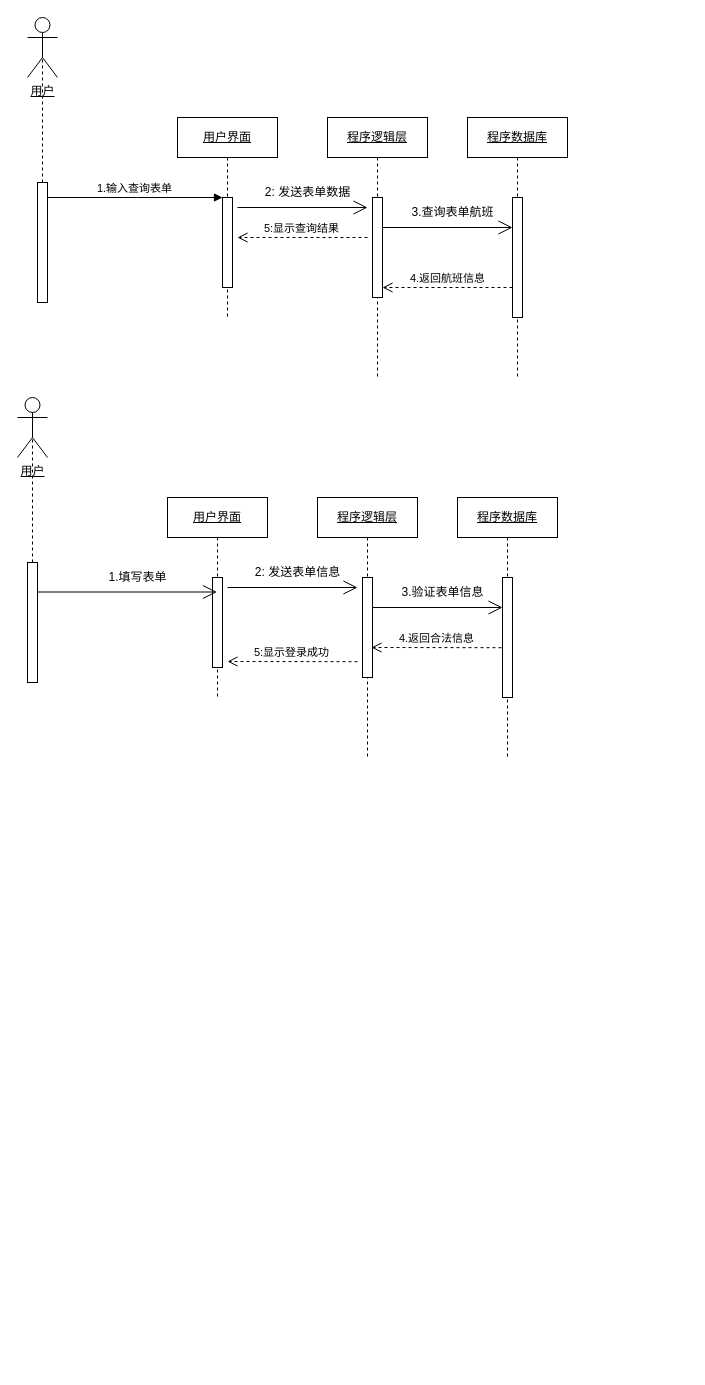
The draw.io diagram 协作图.drawio in liuyang0228/text, before the edit. Source tidied: cells renumbered, new cells numbered last; positions are measured from the earlier drawing's top-left corner, leaving out a move shared by most shapes. Both pictures are drawn from the tidied source at 100%, with x=0, y=0 at pixel (17, 17).
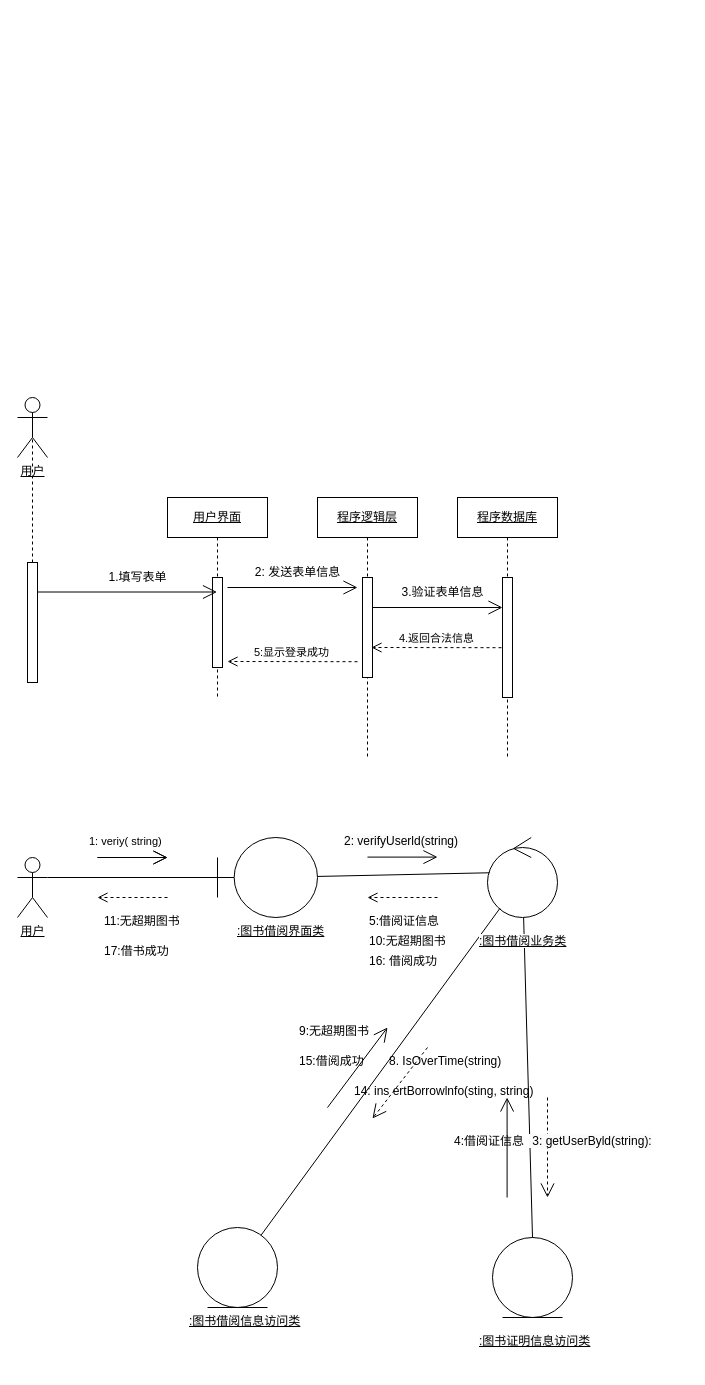
The same diagram, later.

Commit message (it also covers changes not shown here):
更新协作图.drawio

Change to the diagram source:
```diff
@@
-    <mxCell id="2" value="&lt;u&gt;用户界面&lt;/u&gt;" style="shape=umlLifeline;perimeter=lifelinePerimeter;whiteSpace=wrap;html=1;newEdgeStyle={&quot;edgeStyle&quot;:&quot;elbowEdgeStyle&quot;,&quot;elbow&quot;:&quot;vertical&quot;,&quot;curved&quot;:0,&quot;rounded&quot;:0};" parent="1" vertex="1">
-      <mxGeometry x="160" y="100" width="100" height="200" as="geometry" />
-    </mxCell>
-    <mxCell id="3" style="html=1;points=[];perimeter=orthogonalPerimeter;outlineConnect=0;targetShapes=umlLifeline;portConstraint=eastwest;newEdgeStyle={&quot;edgeStyle&quot;:&quot;elbowEdgeStyle&quot;,&quot;elbow&quot;:&quot;vertical&quot;,&quot;curved&quot;:0,&quot;rounded&quot;:0};" parent="2" vertex="1">
-      <mxGeometry x="45" y="80" width="10" height="90" as="geometry" />
-    </mxCell>
-    <mxCell id="4" value="1.输入查询表单" style="html=1;verticalAlign=bottom;endArrow=block;edgeStyle=elbowEdgeStyle;elbow=vertical;curved=0;rounded=0;" parent="1" edge="1" source="16" target="3">
-      <mxGeometry x="-0.01" relative="1" as="geometry">
-        <Array as="points">
-          <mxPoint x="120" y="180" />
-        </Array>
-      </mxGeometry>
-    </mxCell>
-    <mxCell id="5" value="&lt;u&gt;程序逻辑层&lt;/u&gt;" style="shape=umlLifeline;perimeter=lifelinePerimeter;whiteSpace=wrap;html=1;newEdgeStyle={&quot;edgeStyle&quot;:&quot;elbowEdgeStyle&quot;,&quot;elbow&quot;:&quot;vertical&quot;,&quot;curved&quot;:0,&quot;rounded&quot;:0};" parent="1" vertex="1">
-      <mxGeometry x="310" y="100" width="100" height="260" as="geometry" />
-    </mxCell>
-    <mxCell id="6" style="html=1;perimeter=orthogonalPerimeter;targetShapes=umlLifeline;newEdgeStyle={&quot;edgeStyle&quot;:&quot;elbowEdgeStyle&quot;,&quot;elbow&quot;:&quot;vertical&quot;,&quot;curved&quot;:0,&quot;rounded&quot;:0};" parent="5" vertex="1">
-      <mxGeometry x="45" y="80" width="10" height="100" as="geometry" />
-    </mxCell>
-    <mxCell id="7" value="&lt;u&gt;程序数据库&lt;/u&gt;" style="shape=umlLifeline;perimeter=lifelinePerimeter;whiteSpace=wrap;html=1;newEdgeStyle={&quot;edgeStyle&quot;:&quot;elbowEdgeStyle&quot;,&quot;elbow&quot;:&quot;vertical&quot;,&quot;curved&quot;:0,&quot;rounded&quot;:0};" parent="1" vertex="1">
-      <mxGeometry x="450" y="100" width="100" height="260" as="geometry" />
-    </mxCell>
-    <mxCell id="8" style="html=1;perimeter=orthogonalPerimeter;targetShapes=umlLifeline;newEdgeStyle={&quot;edgeStyle&quot;:&quot;elbowEdgeStyle&quot;,&quot;elbow&quot;:&quot;vertical&quot;,&quot;curved&quot;:0,&quot;rounded&quot;:0};" parent="7" vertex="1">
-      <mxGeometry x="45" y="80" width="10" height="120" as="geometry" />
-    </mxCell>
-    <mxCell id="9" style="endArrow=open;endFill=1;endSize=12;html=1;rounded=0;" parent="1" edge="1">
-      <mxGeometry relative="1" as="geometry">
-        <mxPoint x="220" y="190" as="sourcePoint" />
-        <mxPoint x="350" y="190" as="targetPoint" />
-      </mxGeometry>
-    </mxCell>
-    <mxCell id="10" value="5:显示查询结果" style="html=1;verticalAlign=bottom;endArrow=open;dashed=1;endSize=8;edgeStyle=elbowEdgeStyle;elbow=vertical;curved=0;rounded=0;" parent="1" edge="1">
-      <mxGeometry x="0.01" relative="1" as="geometry">
-        <mxPoint x="350" y="220" as="sourcePoint" />
-        <mxPoint x="220" y="220.1" as="targetPoint" />
-      </mxGeometry>
-    </mxCell>
-    <mxCell id="11" value="4.返回航班信息" style="html=1;verticalAlign=bottom;endArrow=open;dashed=1;endSize=8;edgeStyle=elbowEdgeStyle;elbow=vertical;curved=0;rounded=0;" parent="1" edge="1">
-      <mxGeometry relative="1" as="geometry">
-        <mxPoint x="495" y="270" as="sourcePoint" />
-        <mxPoint x="365" y="270" as="targetPoint" />
-      </mxGeometry>
-    </mxCell>
-    <mxCell id="12" value="&lt;u style=&quot;border-color: var(--border-color);&quot;&gt;用户&lt;/u&gt;" style="shape=umlActor;verticalLabelPosition=bottom;verticalAlign=top;html=1;outlineConnect=0;" parent="1" vertex="1">
-      <mxGeometry x="10" width="30" height="60" as="geometry" />
-    </mxCell>
-    <mxCell id="13" value="2: 发送表单数据" style="text;html=1;align=center;verticalAlign=middle;strokeColor=none;fillColor=none;" parent="1" vertex="1">
-      <mxGeometry x="235" y="160" width="110" height="30" as="geometry" />
-    </mxCell>
-    <mxCell id="14" style="endArrow=open;endFill=1;endSize=12;html=1;rounded=0;" parent="1" edge="1">
-      <mxGeometry relative="1" as="geometry">
-        <mxPoint x="365" y="210" as="sourcePoint" />
-        <mxPoint x="495" y="210" as="targetPoint" />
-      </mxGeometry>
-    </mxCell>
-    <mxCell id="15" value="3.查询表单航班" style="text;html=1;align=center;verticalAlign=middle;strokeColor=none;fillColor=none;" parent="1" vertex="1">
-      <mxGeometry x="380" y="180" width="110" height="30" as="geometry" />
-    </mxCell>
-    <mxCell id="16" style="html=1;points=[];perimeter=orthogonalPerimeter;outlineConnect=0;targetShapes=umlLifeline;portConstraint=eastwest;newEdgeStyle={&quot;edgeStyle&quot;:&quot;elbowEdgeStyle&quot;,&quot;elbow&quot;:&quot;vertical&quot;,&quot;curved&quot;:0,&quot;rounded&quot;:0};" parent="1" vertex="1">
-      <mxGeometry x="20" y="165" width="10" height="120" as="geometry" />
-    </mxCell>
-    <mxCell id="17" style="endArrow=none;dashed=1;html=1;rounded=0;entryX=0.5;entryY=0.5;entryDx=0;entryDy=0;entryPerimeter=0;" parent="1" edge="1" source="16" target="12">
-      <mxGeometry relative="1" as="geometry" />
-    </mxCell>
@@
+    <mxCell id="35" style="shape=umlBoundary;whiteSpace=wrap;html=1;" parent="1" vertex="1">
+      <mxGeometry x="200" y="820" width="100" height="80" as="geometry" />
+    </mxCell>
+    <mxCell id="12" value="&lt;u style=&quot;border-color: var(--border-color);&quot;&gt;用户&lt;/u&gt;" style="shape=umlActor;verticalLabelPosition=bottom;verticalAlign=top;html=1;outlineConnect=0;" parent="1" vertex="1">
+      <mxGeometry y="840" width="30" height="60" as="geometry" />
+    </mxCell>
+    <mxCell id="36" style="ellipse;shape=umlControl;whiteSpace=wrap;html=1;" parent="1" vertex="1">
+      <mxGeometry x="470" y="820" width="70" height="80" as="geometry" />
+    </mxCell>
+    <mxCell id="37" style="ellipse;shape=umlEntity;whiteSpace=wrap;html=1;" parent="1" vertex="1">
+      <mxGeometry x="475" y="1220" width="80" height="80" as="geometry" />
+    </mxCell>
+    <mxCell id="38" style="ellipse;shape=umlEntity;whiteSpace=wrap;html=1;" parent="1" vertex="1">
+      <mxGeometry x="180" y="1210" width="80" height="80" as="geometry" />
+    </mxCell>
+    <mxCell id="39" style="endArrow=none;html=1;rounded=0;fontFamily=Helvetica;fontSize=12;fontColor=default;" parent="1" edge="1" source="38" target="36">
+      <mxGeometry relative="1" as="geometry" />
+    </mxCell>
+    <mxCell id="40" style="endArrow=none;html=1;rounded=0;fontFamily=Helvetica;fontSize=12;fontColor=default;exitX=0.5;exitY=0;exitDx=0;exitDy=0;" parent="1" edge="1" source="37" target="36">
+      <mxGeometry relative="1" as="geometry" />
+    </mxCell>
+    <mxCell id="41" style="endArrow=none;html=1;rounded=0;fontFamily=Helvetica;fontSize=12;fontColor=default;entryX=0.029;entryY=0.441;entryDx=0;entryDy=0;entryPerimeter=0;" parent="1" edge="1" source="35" target="36">
+      <mxGeometry relative="1" as="geometry" />
+    </mxCell>
+    <mxCell id="42" style="endArrow=none;html=1;rounded=0;fontFamily=Helvetica;fontSize=12;fontColor=default;entryX=1;entryY=0.3333333333333333;entryDx=0;entryDy=0;entryPerimeter=0;" parent="1" edge="1" source="35" target="12">
+      <mxGeometry relative="1" as="geometry" />
+    </mxCell>
+    <mxCell id="43" style="endArrow=open;endFill=1;endSize=12;html=1;rounded=0;" parent="1" edge="1">
+      <mxGeometry relative="1" as="geometry">
+        <mxPoint x="80" y="840" as="sourcePoint" />
+        <mxPoint x="150" y="840" as="targetPoint" />
+      </mxGeometry>
+    </mxCell>
+    <mxCell id="44" style="html=1;verticalAlign=bottom;endArrow=open;dashed=1;endSize=8;edgeStyle=elbowEdgeStyle;elbow=vertical;curved=0;rounded=0;" parent="1" edge="1">
+      <mxGeometry x="0.31" y="-9" relative="1" as="geometry">
+        <mxPoint x="150" y="880" as="sourcePoint" />
+        <mxPoint x="80" y="880.8" as="targetPoint" />
+      </mxGeometry>
+    </mxCell>
+    <mxCell id="45" style="endArrow=open;endFill=1;endSize=12;html=1;rounded=0;" parent="1" edge="1">
+      <mxGeometry relative="1" as="geometry">
+        <mxPoint x="80" y="840" as="sourcePoint" />
+        <mxPoint x="150" y="840" as="targetPoint" />
+      </mxGeometry>
+    </mxCell>
+    <mxCell id="46" style="html=1;verticalAlign=bottom;endArrow=open;dashed=1;endSize=8;edgeStyle=elbowEdgeStyle;elbow=vertical;curved=0;rounded=0;" parent="1" edge="1">
+      <mxGeometry x="0.31" y="-9" relative="1" as="geometry">
+        <mxPoint x="420" y="880" as="sourcePoint" />
+        <mxPoint x="350" y="880.4" as="targetPoint" />
+      </mxGeometry>
+    </mxCell>
+    <mxCell id="47" style="endArrow=open;endFill=1;endSize=12;html=1;rounded=0;" parent="1" edge="1">
+      <mxGeometry relative="1" as="geometry">
+        <mxPoint x="350" y="839.6" as="sourcePoint" />
+        <mxPoint x="420" y="839.6" as="targetPoint" />
+      </mxGeometry>
+    </mxCell>
+    <mxCell id="48" style="endArrow=open;endFill=1;endSize=12;html=1;rounded=0;" parent="1" edge="1">
+      <mxGeometry relative="1" as="geometry">
+        <mxPoint x="310" y="1090" as="sourcePoint" />
+        <mxPoint x="370" y="1010" as="targetPoint" />
+      </mxGeometry>
+    </mxCell>
+    <mxCell id="49" style="endArrow=open;endSize=12;dashed=1;html=1;rounded=0;fontFamily=Helvetica;fontSize=12;fontColor=default;" parent="1" edge="1">
+      <mxGeometry relative="1" as="geometry">
+        <mxPoint x="410" y="1030" as="sourcePoint" />
+        <mxPoint x="355" y="1101" as="targetPoint" />
+      </mxGeometry>
+    </mxCell>
+    <mxCell id="50" style="endArrow=open;endFill=1;endSize=12;html=1;rounded=0;" parent="1" edge="1">
+      <mxGeometry relative="1" as="geometry">
+        <mxPoint x="489.6" y="1180" as="sourcePoint" />
+        <mxPoint x="489.6" y="1080" as="targetPoint" />
+      </mxGeometry>
+    </mxCell>
+    <mxCell id="51" style="endArrow=open;endSize=12;dashed=1;html=1;rounded=0;fontFamily=Helvetica;fontSize=12;fontColor=default;" parent="1" edge="1">
+      <mxGeometry relative="1" as="geometry">
+        <mxPoint x="530" y="1080" as="sourcePoint" />
+        <mxPoint x="530" y="1180" as="targetPoint" />
+      </mxGeometry>
+    </mxCell>
+    <mxCell id="52" value="&lt;u style=&quot;border-color: var(--border-color); text-align: center;&quot;&gt;:图书借阅界面类&lt;/u&gt;" style="text;whiteSpace=wrap;html=1;fontSize=12;fontFamily=Helvetica;fontColor=default;" parent="1" vertex="1">
+      <mxGeometry x="218" y="900" width="92" height="40" as="geometry" />
+    </mxCell>
+    <mxCell id="53" value="&lt;u style=&quot;border-color: var(--border-color); color: rgb(0, 0, 0); font-family: Helvetica; font-size: 12px; font-style: normal; font-variant-ligatures: normal; font-variant-caps: normal; font-weight: 400; letter-spacing: normal; orphans: 2; text-align: center; text-indent: 0px; text-transform: none; widows: 2; word-spacing: 0px; -webkit-text-stroke-width: 0px; background-color: rgb(251, 251, 251);&quot;&gt;:图书借阅业务类&lt;/u&gt;" style="text;whiteSpace=wrap;html=1;fontSize=12;fontFamily=Helvetica;fontColor=default;" parent="1" vertex="1">
+      <mxGeometry x="460" y="910" width="90" height="40" as="geometry" />
+    </mxCell>
+    <mxCell id="54" value="&lt;u style=&quot;border-color: var(--border-color); color: rgb(0, 0, 0); font-family: Helvetica; font-size: 12px; font-style: normal; font-variant-ligatures: normal; font-variant-caps: normal; font-weight: 400; letter-spacing: normal; orphans: 2; text-align: center; text-indent: 0px; text-transform: none; widows: 2; word-spacing: 0px; -webkit-text-stroke-width: 0px; background-color: rgb(251, 251, 251);&quot;&gt;:图书借阅信息访问类&lt;/u&gt;" style="text;whiteSpace=wrap;html=1;fontSize=12;fontFamily=Helvetica;fontColor=default;" parent="1" vertex="1">
+      <mxGeometry x="170" y="1290" width="120" height="40" as="geometry" />
+    </mxCell>
+    <mxCell id="55" value="&lt;u style=&quot;border-color: var(--border-color); color: rgb(0, 0, 0); font-family: Helvetica; font-size: 12px; font-style: normal; font-variant-ligatures: normal; font-variant-caps: normal; font-weight: 400; letter-spacing: normal; orphans: 2; text-align: center; text-indent: 0px; text-transform: none; widows: 2; word-spacing: 0px; -webkit-text-stroke-width: 0px; background-color: rgb(251, 251, 251);&quot;&gt;:图书证明信息访问类&lt;/u&gt;" style="text;whiteSpace=wrap;html=1;fontSize=12;fontFamily=Helvetica;fontColor=default;" parent="1" vertex="1">
+      <mxGeometry x="460" y="1310" width="120" height="40" as="geometry" />
+    </mxCell>
+    <mxCell id="56" value="&lt;span style=&quot;color: rgb(0, 0, 0); font-family: Helvetica; font-size: 11px; font-style: normal; font-variant-ligatures: normal; font-variant-caps: normal; font-weight: 400; letter-spacing: normal; orphans: 2; text-align: center; text-indent: 0px; text-transform: none; widows: 2; word-spacing: 0px; -webkit-text-stroke-width: 0px; background-color: rgb(255, 255, 255); text-decoration-thickness: initial; text-decoration-style: initial; text-decoration-color: initial; float: none; display: inline !important;&quot;&gt;1: veriy( string)&lt;/span&gt;" style="text;whiteSpace=wrap;html=1;fontSize=12;fontFamily=Helvetica;fontColor=default;" parent="1" vertex="1">
+      <mxGeometry x="70" y="810" width="110" height="40" as="geometry" />
+    </mxCell>
+    <mxCell id="57" value="&lt;span style=&quot;color: rgb(0, 0, 0); font-family: Helvetica; font-size: 12px; font-style: normal; font-variant-ligatures: normal; font-variant-caps: normal; font-weight: 400; letter-spacing: normal; orphans: 2; text-align: center; text-indent: 0px; text-transform: none; widows: 2; word-spacing: 0px; -webkit-text-stroke-width: 0px; background-color: rgb(251, 251, 251); text-decoration-thickness: initial; text-decoration-style: initial; text-decoration-color: initial; float: none; display: inline !important;&quot;&gt;2: verifyUserld(string)&amp;nbsp;&lt;/span&gt;" style="text;whiteSpace=wrap;html=1;fontSize=12;fontFamily=Helvetica;fontColor=default;" parent="1" vertex="1">
+      <mxGeometry x="325" y="810" width="150" height="40" as="geometry" />
+    </mxCell>
+    <mxCell id="58" value="&lt;span style=&quot;color: rgb(0, 0, 0); font-family: Helvetica; font-size: 12px; font-style: normal; font-variant-ligatures: normal; font-variant-caps: normal; font-weight: 400; letter-spacing: normal; orphans: 2; text-align: center; text-indent: 0px; text-transform: none; widows: 2; word-spacing: 0px; -webkit-text-stroke-width: 0px; background-color: rgb(251, 251, 251); text-decoration-thickness: initial; text-decoration-style: initial; text-decoration-color: initial; float: none; display: inline !important;&quot;&gt;&amp;nbsp;3: getUserByld(string):&lt;/span&gt;" style="text;whiteSpace=wrap;html=1;fontSize=12;fontFamily=Helvetica;fontColor=default;" parent="1" vertex="1">
+      <mxGeometry x="510" y="1110" width="160" height="40" as="geometry" />
+    </mxCell>
+    <mxCell id="59" value="4:借阅证信息" style="text;whiteSpace=wrap;html=1;fontSize=12;fontFamily=Helvetica;fontColor=default;" parent="1" vertex="1">
+      <mxGeometry x="435" y="1110" width="160" height="40" as="geometry" />
+    </mxCell>
+    <mxCell id="60" value="5:借阅证信息" style="text;whiteSpace=wrap;html=1;fontSize=12;fontFamily=Helvetica;fontColor=default;" parent="1" vertex="1">
+      <mxGeometry x="350" y="890" width="80" height="40" as="geometry" />
+    </mxCell>
+    <mxCell id="61" value="11:无超期图书" style="text;whiteSpace=wrap;html=1;fontSize=12;fontFamily=Helvetica;fontColor=default;" parent="1" vertex="1">
+      <mxGeometry x="85" y="890" width="80" height="40" as="geometry" />
+    </mxCell>
+    <mxCell id="62" value="17:借书成功" style="text;whiteSpace=wrap;html=1;fontSize=12;fontFamily=Helvetica;fontColor=default;" parent="1" vertex="1">
+      <mxGeometry x="85" y="920" width="80" height="40" as="geometry" />
+    </mxCell>
+    <mxCell id="63" value="10:无超期图书" style="text;whiteSpace=wrap;html=1;fontSize=12;fontFamily=Helvetica;fontColor=default;" parent="1" vertex="1">
+      <mxGeometry x="350" y="910" width="80" height="40" as="geometry" />
+    </mxCell>
+    <mxCell id="64" value="16: 借阅成功" style="text;whiteSpace=wrap;html=1;fontSize=12;fontFamily=Helvetica;fontColor=default;" parent="1" vertex="1">
+      <mxGeometry x="350" y="930" width="80" height="40" as="geometry" />
+    </mxCell>
+    <mxCell id="65" value="15:借阅成功" style="text;whiteSpace=wrap;html=1;fontSize=12;fontFamily=Helvetica;fontColor=default;" parent="1" vertex="1">
+      <mxGeometry x="280" y="1030" width="80" height="40" as="geometry" />
+    </mxCell>
+    <mxCell id="66" value="9:无超期图书" style="text;whiteSpace=wrap;html=1;fontSize=12;fontFamily=Helvetica;fontColor=default;" parent="1" vertex="1">
+      <mxGeometry x="280" y="1000" width="80" height="40" as="geometry" />
+    </mxCell>
+    <mxCell id="67" value="8. IsOverTime(string)" style="text;whiteSpace=wrap;html=1;fontSize=12;fontFamily=Helvetica;fontColor=default;" parent="1" vertex="1">
+      <mxGeometry x="370" y="1030" width="120" height="40" as="geometry" />
+    </mxCell>
+    <mxCell id="68" value="14: ins ertBorrowlnfo(sting, string)" style="text;whiteSpace=wrap;html=1;fontSize=12;fontFamily=Helvetica;fontColor=default;" parent="1" vertex="1">
+      <mxGeometry x="335" y="1060" width="200" height="40" as="geometry" />
+    </mxCell>
```
